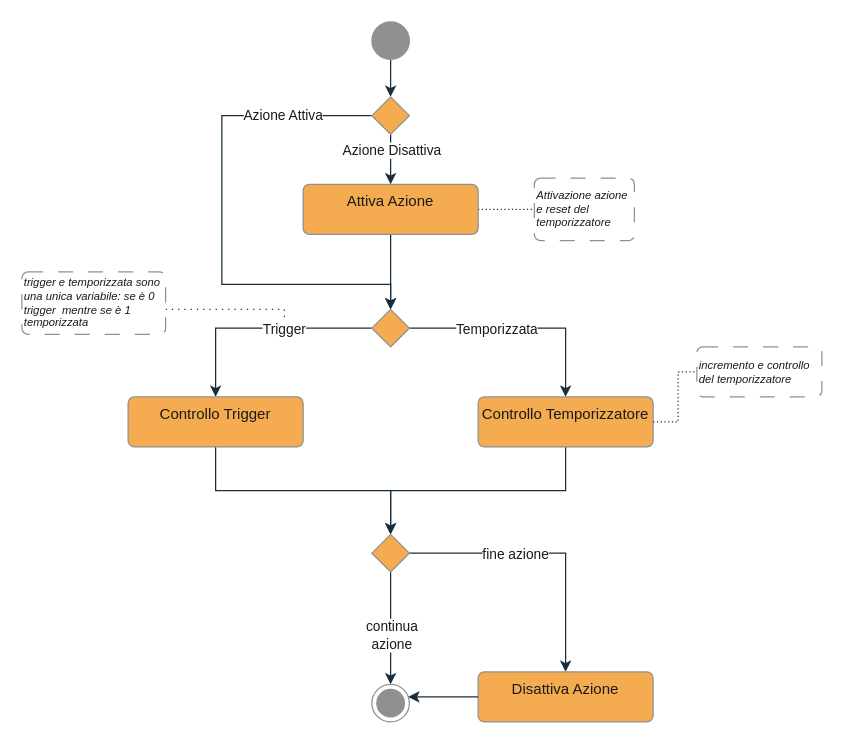
This is page "funzione" (2 of 3) of Documentazione/Testo Strutturato/Diagrammi/TestoStrutturato.drawio from DecaMeron23/Laboratorio-di-Automazione-Industriale, a draw.io file, before an edit. Source tidied: cells renumbered, new cells numbered last; positions are measured from the earlier drawing's top-left corner, leaving out a move shared by most shapes. Both pictures are drawn from the tidied source at 125%, with x=0, y=0 at pixel (21, 21).
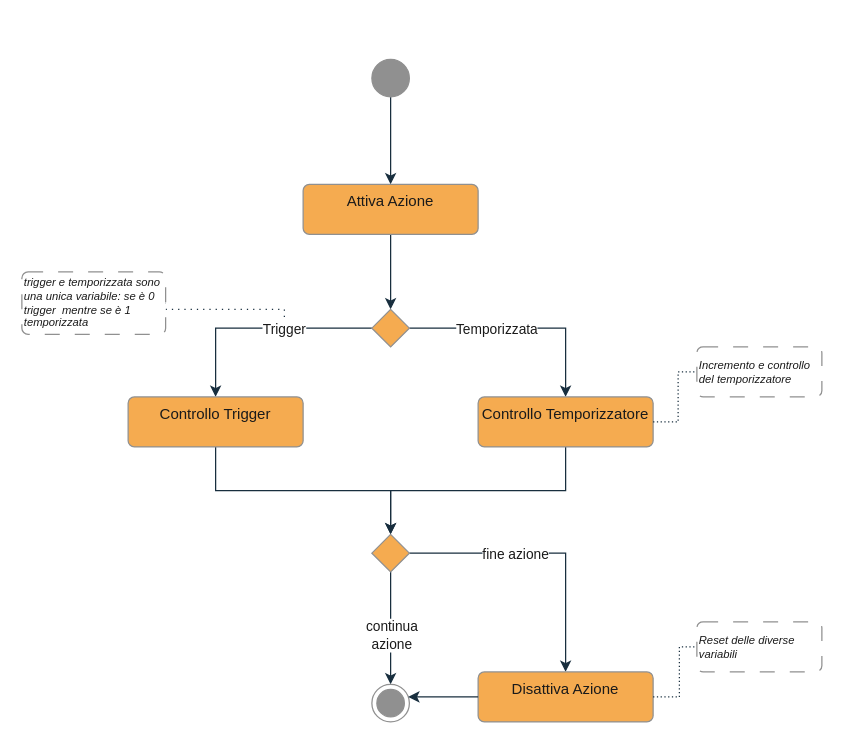
The same diagram, later.

The change refers to these unchanged cells:
```xml
<mxCell id="6" value="Attiva Azione" style="html=1;align=center;verticalAlign=top;rounded=1;absoluteArcSize=1;arcSize=10;dashed=0;whiteSpace=wrap;strokeColor=#909090;fontColor=#1A1A1A;fillColor=#F5AB50;" parent="1" vertex="1">
  <mxGeometry x="225" y="130" width="140" height="40" as="geometry" />
</mxCell>
<mxCell id="11" style="rhombus;strokeColor=#909090;fontColor=#1A1A1A;fillColor=#F5AB50;" parent="1" vertex="1">
  <mxGeometry x="280" y="230" width="30" height="30" as="geometry" />
</mxCell>
<mxCell id="27" value="Disattiva Azione" style="html=1;align=center;verticalAlign=top;rounded=1;absoluteArcSize=1;arcSize=10;dashed=0;whiteSpace=wrap;strokeColor=#909090;fontColor=#1A1A1A;fillColor=#F5AB50;" parent="1" vertex="1">
  <mxGeometry x="365" y="520" width="140" height="40" as="geometry" />
</mxCell>
```

The edit, as a diff of the source:
```diff
@@
-    <mxCell id="2" style="edgeStyle=orthogonalEdgeStyle;rounded=0;jettySize=auto;html=1;entryX=0.5;entryY=0;entryDx=0;entryDy=0;strokeColor=#182E3E;fontColor=#1A1A1A;" parent="1" edge="1" source="3" target="20">
+    <mxCell id="2" style="edgeStyle=orthogonalEdgeStyle;rounded=0;jettySize=auto;html=1;entryX=0.5;entryY=0;entryDx=0;entryDy=0;strokeColor=#182E3E;fontColor=#1A1A1A;" parent="1" edge="1" source="3" target="6">
       <mxGeometry relative="1" as="geometry" />
     </mxCell>
     <mxCell id="3" style="ellipse;fillColor=strokeColor;html=1;strokeColor=#909090;fontColor=#1A1A1A;" parent="1" vertex="1">
-      <mxGeometry x="280" width="30" height="30" as="geometry" />
+      <mxGeometry x="280" y="30" width="30" height="30" as="geometry" />
     </mxCell>
@@
-    <mxCell id="5" style="edgeStyle=orthogonalEdgeStyle;rounded=0;jettySize=auto;html=1;strokeColor=#182E3E;fontColor=#1A1A1A;dashed=1;dashPattern=1 2;endArrow=none;endFill=0;entryX=0;entryY=0.5;entryDx=0;entryDy=0;" parent="1" edge="1" source="6" target="29">
-      <mxGeometry relative="1" as="geometry" />
-    </mxCell>
@@
-    <mxCell id="16" style="edgeStyle=orthogonalEdgeStyle;rounded=0;jettySize=auto;html=1;strokeColor=#182E3E;fontColor=#1A1A1A;" parent="1" edge="1" source="20" target="6">
-      <mxGeometry relative="1" as="geometry" />
-    </mxCell>
-    <mxCell id="17" value="Azione Disattiva&lt;br&gt;" style="edgeLabel;html=1;align=center;verticalAlign=middle;fontColor=#1A1A1A;" parent="16" vertex="1">
-      <mxGeometry x="-0.38" y="2" relative="1" as="geometry">
-        <mxPoint x="-2" as="offset" />
-      </mxGeometry>
-    </mxCell>
-    <mxCell id="18" style="edgeStyle=orthogonalEdgeStyle;rounded=0;jettySize=auto;html=1;entryX=0.5;entryY=0;entryDx=0;entryDy=0;strokeColor=#182E3E;fontColor=#1A1A1A;exitX=0;exitY=0.5;exitDx=0;exitDy=0;" parent="1" edge="1" source="20" target="11">
-      <mxGeometry relative="1" as="geometry">
-        <Array as="points">
-          <mxPoint x="160" y="75" />
-          <mxPoint x="160" y="210" />
-          <mxPoint x="295" y="210" />
-        </Array>
-      </mxGeometry>
-    </mxCell>
-    <mxCell id="19" value="Azione Attiva" style="edgeLabel;html=1;align=center;verticalAlign=middle;fontColor=#1A1A1A;" parent="18" vertex="1">
-      <mxGeometry x="-0.65" y="-1" relative="1" as="geometry" />
-    </mxCell>
-    <mxCell id="20" style="rhombus;strokeColor=#909090;fontColor=#1A1A1A;fillColor=#F5AB50;" parent="1" vertex="1">
-      <mxGeometry x="280" y="60" width="30" height="30" as="geometry" />
-    </mxCell>
@@
-    <mxCell id="29" value="Attivazione azione e reset del temporizzatore" style="html=1;align=left;verticalAlign=middle;rounded=1;absoluteArcSize=1;arcSize=10;dashed=1;whiteSpace=wrap;strokeColor=#909090;fontColor=#1A1A1A;fillColor=default;fontSize=9;fontStyle=2;dashPattern=12 12;gradientColor=none;gradientDirection=north;" parent="1" vertex="1">
-      <mxGeometry x="410" y="125" width="80" height="50" as="geometry" />
-    </mxCell>
@@
-    <mxCell id="31" value="incremento e controllo del temporizzatore&amp;nbsp;" style="html=1;align=left;verticalAlign=middle;rounded=1;absoluteArcSize=1;arcSize=10;dashed=1;whiteSpace=wrap;strokeColor=#909090;fontColor=#1A1A1A;fillColor=default;fontSize=9;fontStyle=2;dashPattern=12 12;gradientColor=none;gradientDirection=north;" parent="1" vertex="1">
+    <mxCell id="31" value="Incremento e controllo del temporizzatore&amp;nbsp;" style="html=1;align=left;verticalAlign=middle;rounded=1;absoluteArcSize=1;arcSize=10;dashed=1;whiteSpace=wrap;strokeColor=#909090;fontColor=#1A1A1A;fillColor=default;fontSize=9;fontStyle=2;dashPattern=12 12;gradientColor=none;gradientDirection=north;" parent="1" vertex="1">
       <mxGeometry x="540" y="260" width="100" height="40" as="geometry" />
     </mxCell>
@@
+    <mxCell id="34" style="edgeStyle=orthogonalEdgeStyle;rounded=0;jettySize=auto;html=1;strokeColor=#182E3E;fontColor=#1A1A1A;dashed=1;dashPattern=1 2;endArrow=none;endFill=0;entryX=0;entryY=0.5;entryDx=0;entryDy=0;exitX=1;exitY=0.5;exitDx=0;exitDy=0;" parent="1" edge="1" source="27" target="35">
+      <mxGeometry relative="1" as="geometry">
+        <Array as="points">
+          <mxPoint x="526" y="540" />
+          <mxPoint x="526" y="500" />
+        </Array>
+      </mxGeometry>
+    </mxCell>
+    <mxCell id="35" value="Reset delle diverse variabili" style="html=1;align=left;verticalAlign=middle;rounded=1;absoluteArcSize=1;arcSize=10;dashed=1;whiteSpace=wrap;strokeColor=#909090;fontColor=#1A1A1A;fillColor=default;fontSize=9;fontStyle=2;dashPattern=12 12;gradientColor=none;gradientDirection=north;" parent="1" vertex="1">
+      <mxGeometry x="540" y="480" width="100" height="40" as="geometry" />
+    </mxCell>
```
